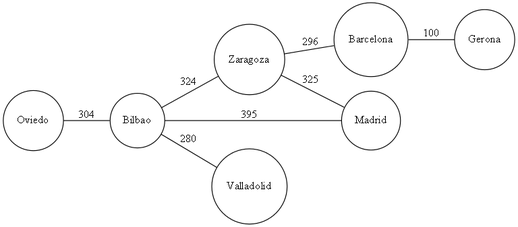
Earlier version of the Graphviz export [EDD]Proyecto_2/Rutas.png (SevenPok/Proyecto_2_EDD). Its source is kept beside it as [EDD]Proyecto_2/Rutas.dot.
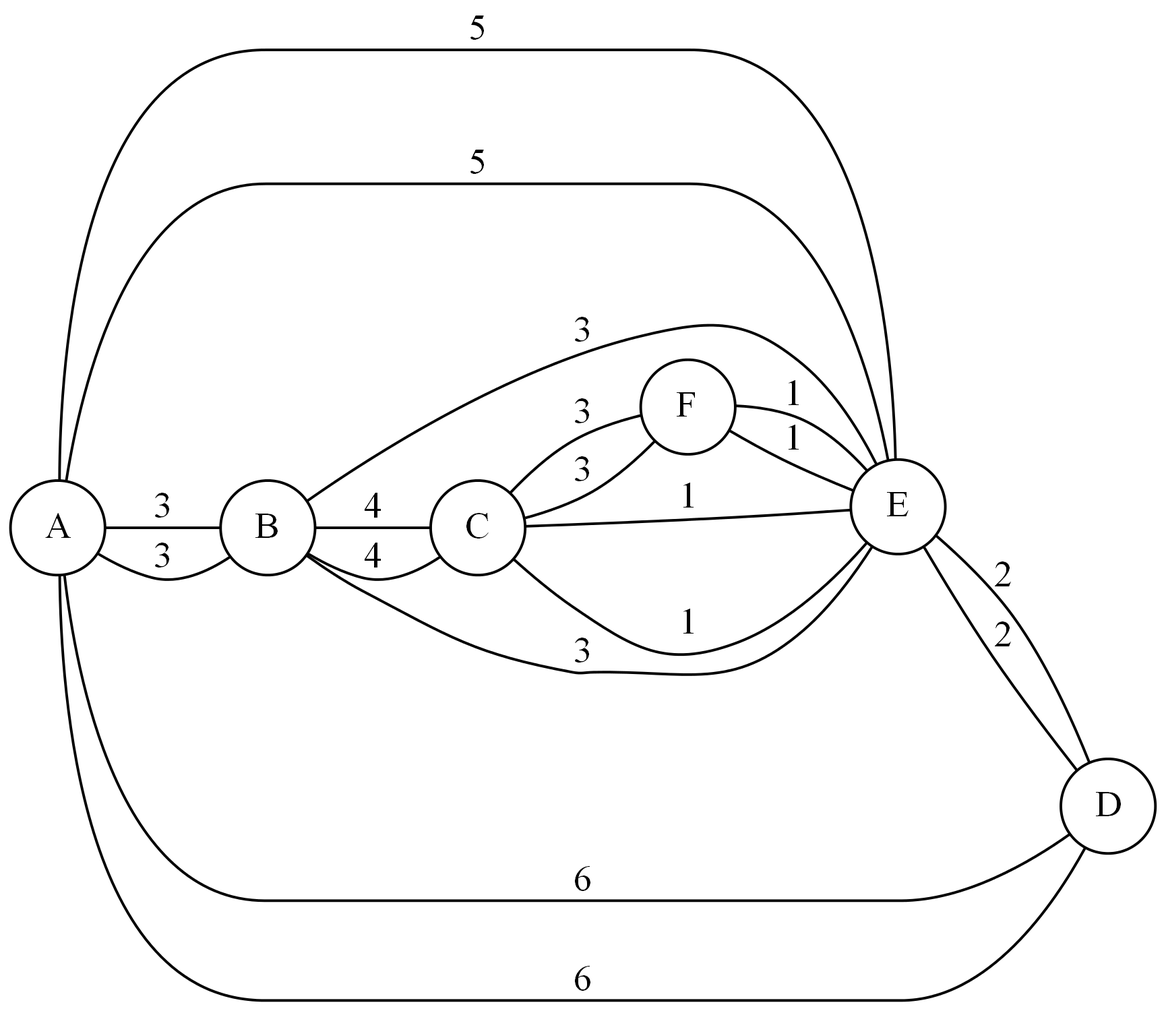
Later version of the same file.

What changed in the source:
```diff
@@ -1,21 +1,32 @@
 digraph G {
 
+graph [ dpi = 300 ];
 rankdir=LR size="8,5"
 	node [shape=circle]
-"Oviedo"
-"Oviedo"->"Bilbao"[dir=none label="304"]
-"Bilbao"
-"Bilbao"->"Zaragoza"[dir=none label="324"]
-"Bilbao"->"Madrid"[dir=none label="395"]
-"Bilbao"->"Valladolid"[dir=none label="280"]
-"Zaragoza"
-"Zaragoza"->"Barcelona"[dir=none label="296"]
-"Zaragoza"->"Madrid"[dir=none label="325"]
-"Madrid"
-"Valladolid"
-"Barcelona"
-"Barcelona"->"Gerona"[dir=none label="100"]
-"Gerona"
+"A"
+"A"->"B"[dir=none label="3"]
+"A"->"D"[dir=none label="6"]
+"A"->"E"[dir=none label="5"]
+"B"
+"B"->"A"[dir=none label="3"]
+"B"->"C"[dir=none label="4"]
+"B"->"E"[dir=none label="3"]
+"D"
+"D"->"A"[dir=none label="6"]
+"D"->"E"[dir=none label="2"]
+"E"
+"E"->"A"[dir=none label="5"]
+"E"->"B"[dir=none label="3"]
+"E"->"C"[dir=none label="1"]
+"E"->"F"[dir=none label="1"]
+"E"->"D"[dir=none label="2"]
+"C"
+"C"->"B"[dir=none label="4"]
+"C"->"F"[dir=none label="3"]
+"C"->"E"[dir=none label="1"]
+"F"
+"F"->"C"[dir=none label="3"]
+"F"->"E"[dir=none label="1"]
 
 
 }
```
